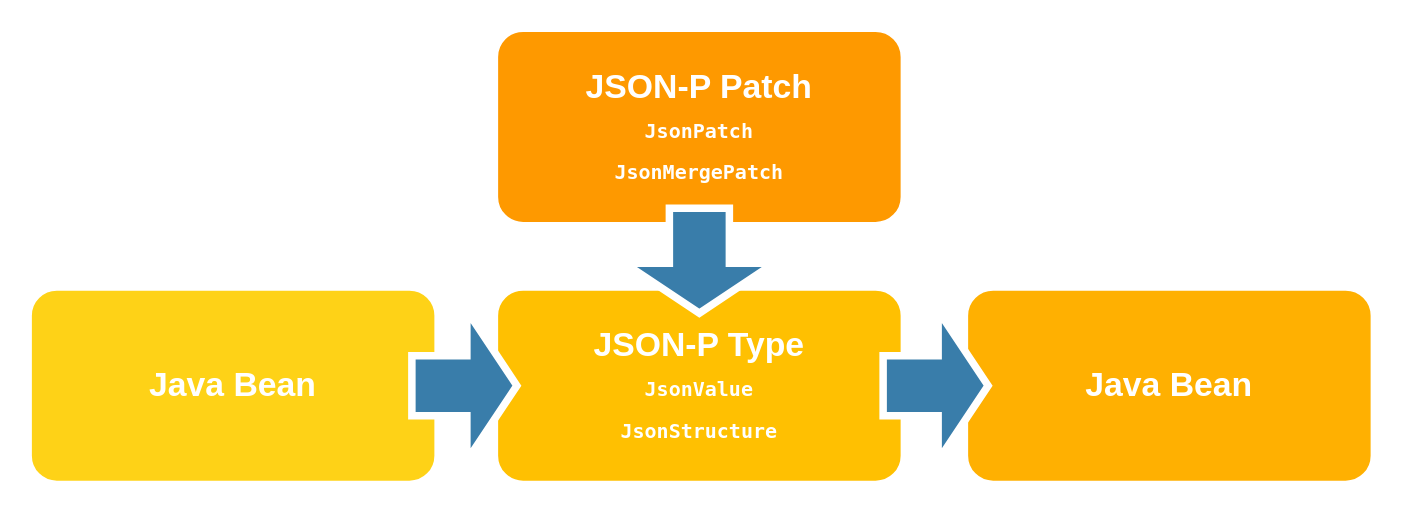
Earlier version of the draw.io diagram misc/patch-conversions.drawio (cassiomolin/http-patch-spring). Source tidied: cells renumbered, new cells numbered last; positions are measured from the earlier drawing's top-left corner, leaving out a move shared by most shapes. Both pictures are drawn from the tidied source at 125%, with x=0, y=0 at pixel (26, 26).
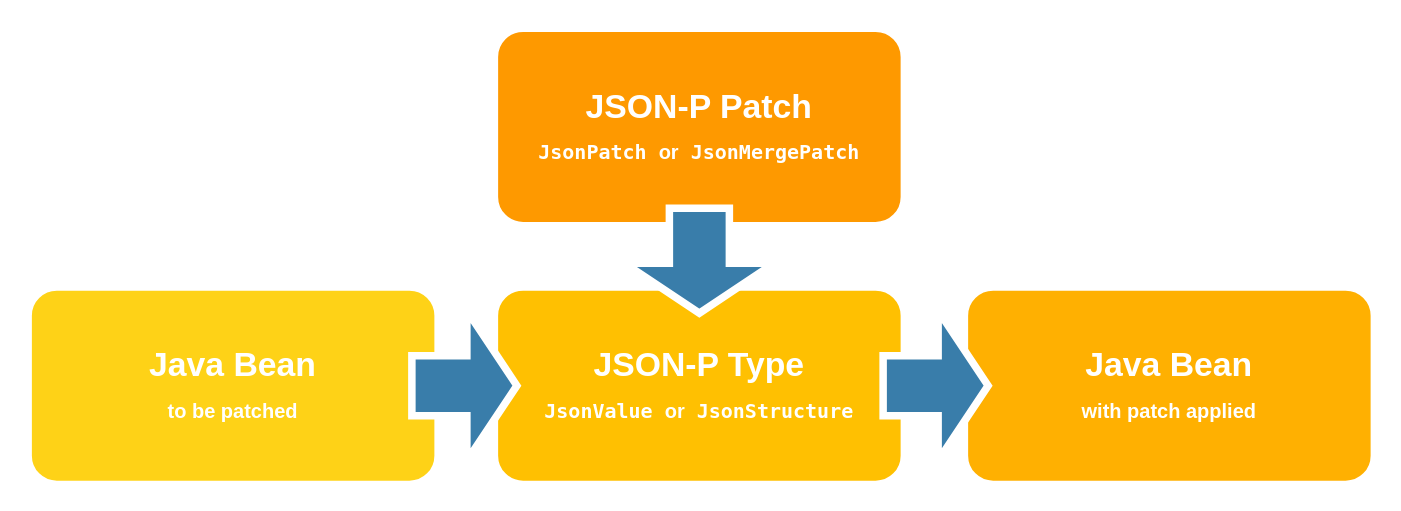
Above is the later version.

Diff of the diagram source:
```diff
@@
 <mxGraphModel background="#ffffff">
   <root>
     <mxCell id="0" />
     <mxCell id="1" parent="0" />
     <mxCell id="2" style="group;" parent="1" vertex="1">
       <mxGeometry y="207" width="330" height="160" as="geometry" />
     </mxCell>
     <mxCell id="3" style="whiteSpace=wrap;html=1;rounded=1;shadow=0;strokeWidth=8;fontSize=20;align=center;fillColor=#FED217;strokeColor=#FFFFFF;" parent="2" vertex="1">
       <mxGeometry width="330" height="160" as="geometry" />
     </mxCell>
-    <mxCell id="4" value="&lt;font face=&quot;Helvetica&quot;&gt;Java Bean&lt;/font&gt;&lt;br&gt;" style="text;html=1;strokeColor=none;fillColor=none;align=center;verticalAlign=middle;whiteSpace=wrap;rounded=0;shadow=0;fontSize=27;fontColor=#FFFFFF;fontStyle=1;fontFamily=Menlo;" parent="2" vertex="1">
+    <mxCell id="4" value="&lt;font face=&quot;Helvetica&quot;&gt;Java Bean&lt;br&gt;&lt;font style=&quot;font-size: 16px&quot;&gt;to be patched&lt;/font&gt;&lt;/font&gt;&lt;br&gt;" style="text;html=1;strokeColor=none;fillColor=none;align=center;verticalAlign=middle;whiteSpace=wrap;rounded=0;shadow=0;fontSize=27;fontColor=#FFFFFF;fontStyle=1;fontFamily=Menlo;" parent="2" vertex="1">
       <mxGeometry width="330" height="160" as="geometry" />
     </mxCell>
     <mxCell id="5" style="group;" parent="1" vertex="1">
       <mxGeometry x="373" y="207" width="330" height="160" as="geometry" />
     </mxCell>
     <mxCell id="6" style="whiteSpace=wrap;html=1;rounded=1;shadow=0;strokeWidth=8;fontSize=20;align=center;fillColor=#FFC001;strokeColor=#FFFFFF;" parent="5" vertex="1">
       <mxGeometry width="330" height="160" as="geometry" />
     </mxCell>
-    <mxCell id="7" value="&lt;font face=&quot;Helvetica&quot;&gt;JSON-P Type&lt;/font&gt;&lt;br&gt;&lt;font style=&quot;font-size: 16px&quot;&gt;JsonValue&lt;br&gt;JsonStructure&lt;/font&gt;&lt;br&gt;" style="text;html=1;strokeColor=none;fillColor=none;align=center;verticalAlign=middle;whiteSpace=wrap;rounded=0;shadow=0;fontSize=27;fontColor=#FFFFFF;fontStyle=1;fontFamily=Menlo;" parent="5" vertex="1">
+    <mxCell id="7" value="&lt;font face=&quot;Helvetica&quot;&gt;JSON-P Type&lt;/font&gt;&lt;br&gt;&lt;font style=&quot;font-size: 16px ; line-height: 0%&quot;&gt;JsonValue &lt;font face=&quot;Helvetica&quot;&gt;or&lt;/font&gt; JsonStructure&lt;/font&gt;&lt;br&gt;" style="text;html=1;strokeColor=none;fillColor=none;align=center;verticalAlign=middle;whiteSpace=wrap;rounded=0;shadow=0;fontSize=27;fontColor=#FFFFFF;fontStyle=1;fontFamily=Menlo;" parent="5" vertex="1">
       <mxGeometry width="330" height="160" as="geometry" />
     </mxCell>
     <mxCell id="8" style="group;" parent="1" vertex="1">
       <mxGeometry x="749" y="207" width="330" height="160" as="geometry" />
     </mxCell>
     <mxCell id="9" style="whiteSpace=wrap;html=1;rounded=1;shadow=0;strokeWidth=8;fontSize=20;align=center;fillColor=#FFB001;strokeColor=#FFFFFF;" parent="8" vertex="1">
       <mxGeometry width="330" height="160" as="geometry" />
     </mxCell>
-    <mxCell id="10" value="&lt;font face=&quot;Helvetica&quot;&gt;Java Bean&lt;/font&gt;&lt;br&gt;" style="text;html=1;strokeColor=none;fillColor=none;align=center;verticalAlign=middle;whiteSpace=wrap;rounded=0;shadow=0;fontSize=27;fontColor=#FFFFFF;fontStyle=1;fontFamily=Menlo;" parent="8" vertex="1">
+    <mxCell id="10" value="&lt;font face=&quot;Helvetica&quot;&gt;Java Bean&lt;br&gt;&lt;font style=&quot;font-size: 16px&quot;&gt;with patch applied&lt;/font&gt;&lt;/font&gt;&lt;br&gt;" style="text;html=1;strokeColor=none;fillColor=none;align=center;verticalAlign=middle;whiteSpace=wrap;rounded=0;shadow=0;fontSize=27;fontColor=#FFFFFF;fontStyle=1;fontFamily=Menlo;" parent="8" vertex="1">
       <mxGeometry width="330" height="160" as="geometry" />
     </mxCell>
     <mxCell id="11" style="group;" parent="1" vertex="1">
       <mxGeometry x="373" width="330" height="160" as="geometry" />
     </mxCell>
     <mxCell id="12" style="whiteSpace=wrap;html=1;rounded=1;shadow=0;strokeWidth=8;fontSize=20;align=center;fillColor=#FE9900;strokeColor=#FFFFFF;" parent="11" vertex="1">
       <mxGeometry width="330" height="160" as="geometry" />
     </mxCell>
-    <mxCell id="13" value="&lt;font face=&quot;Helvetica&quot;&gt;JSON-P Patch&lt;/font&gt;&lt;br&gt;&lt;font style=&quot;font-size: 16px&quot;&gt;JsonPatch&lt;br&gt;JsonMergePatch&lt;/font&gt;&lt;br&gt;" style="text;html=1;strokeColor=none;fillColor=none;align=center;verticalAlign=middle;whiteSpace=wrap;rounded=0;shadow=0;fontSize=27;fontColor=#FFFFFF;fontStyle=1;fontFamily=Menlo;" parent="11" vertex="1">
+    <mxCell id="13" value="&lt;font face=&quot;Helvetica&quot;&gt;JSON-P Patch&lt;/font&gt;&lt;br&gt;&lt;font style=&quot;font-size: 16px&quot;&gt;JsonPatch &lt;font face=&quot;Helvetica&quot;&gt;or&lt;/font&gt; JsonMergePatch&lt;/font&gt;&lt;br&gt;" style="text;html=1;strokeColor=none;fillColor=none;align=center;verticalAlign=middle;whiteSpace=wrap;rounded=0;shadow=0;fontSize=27;fontColor=#FFFFFF;fontStyle=1;fontFamily=Menlo;" parent="11" vertex="1">
       <mxGeometry width="330" height="160" as="geometry" />
     </mxCell>
     <mxCell id="14" style="html=1;shadow=0;align=center;verticalAlign=middle;shape=mxgraph.arrows2.arrow;dy=0.6;dx=40;notch=0;fontFamily=Helvetica;rounded=0;fontSize=14;fontColor=#FFFFFF;strokeColor=#FFFFFF;strokeWidth=6;fillColor=#397DAA;" parent="1" vertex="1">
       <mxGeometry x="308" y="227" width="84" height="120" as="geometry" />
     </mxCell>
     <mxCell id="15" style="html=1;shadow=0;align=center;verticalAlign=middle;shape=mxgraph.arrows2.arrow;dy=0.6;dx=40;notch=0;fontFamily=Helvetica;rounded=0;fontSize=14;fontColor=#FFFFFF;strokeColor=#FFFFFF;strokeWidth=6;fillColor=#397DAA;" parent="1" vertex="1">
       <mxGeometry x="685" y="227" width="84" height="120" as="geometry" />
     </mxCell>
     <mxCell id="16" style="html=1;shadow=0;align=center;verticalAlign=middle;shape=mxgraph.arrows2.arrow;dy=0.6;dx=40;notch=0;fontFamily=Helvetica;rounded=0;fontSize=14;fontColor=#FFFFFF;strokeColor=#FFFFFF;strokeWidth=6;fillColor=#397DAA;rotation=90;" parent="1" vertex="1">
       <mxGeometry x="496" y="127" width="84" height="120" as="geometry" />
     </mxCell>
   </root>
 </mxGraphModel>
```
